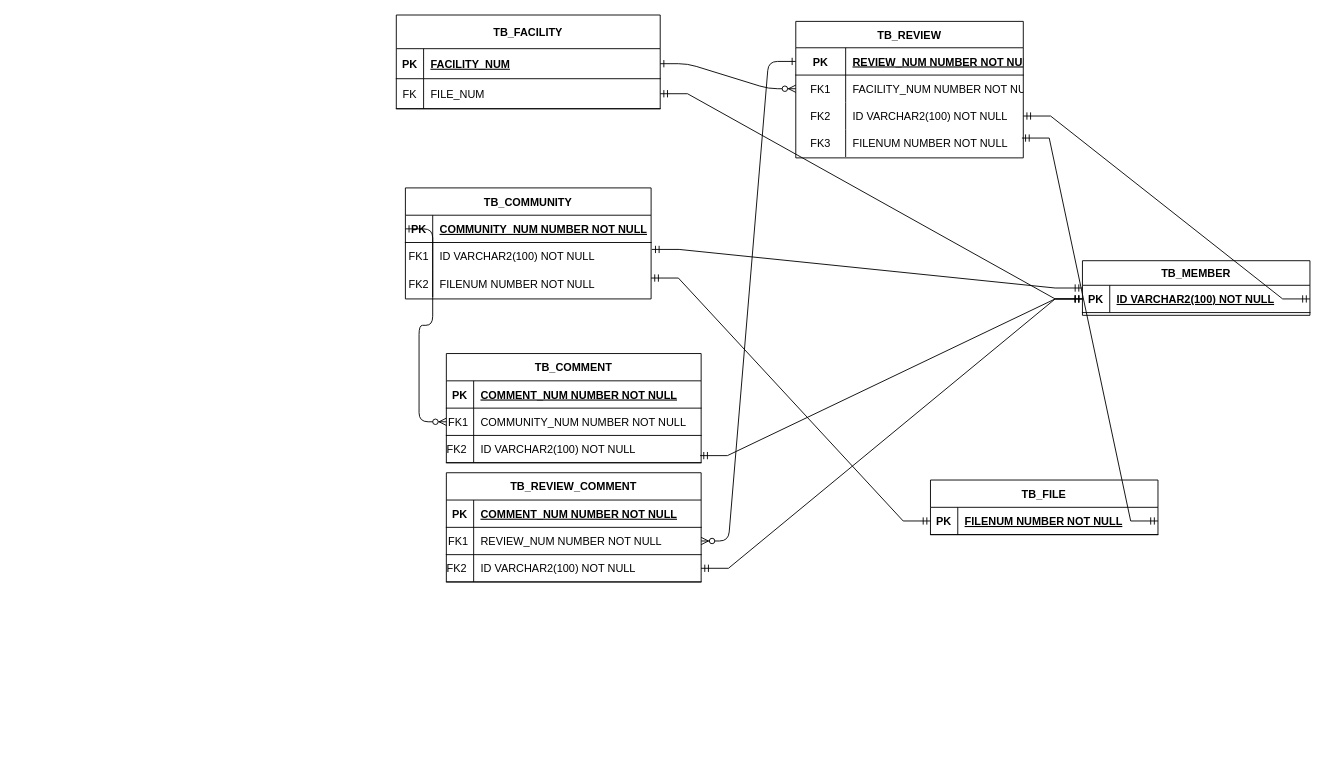
Earlier version of the draw.io diagram document/제목 없는 다이어그램.drawio (rimgosu/ProjectStudy). Source tidied: cells renumbered, new cells numbered last; positions are measured from the earlier drawing's top-left corner, leaving out a move shared by most shapes. Both pictures are drawn from the tidied source at 91%, with x=0, y=0 at pixel (396, 15).
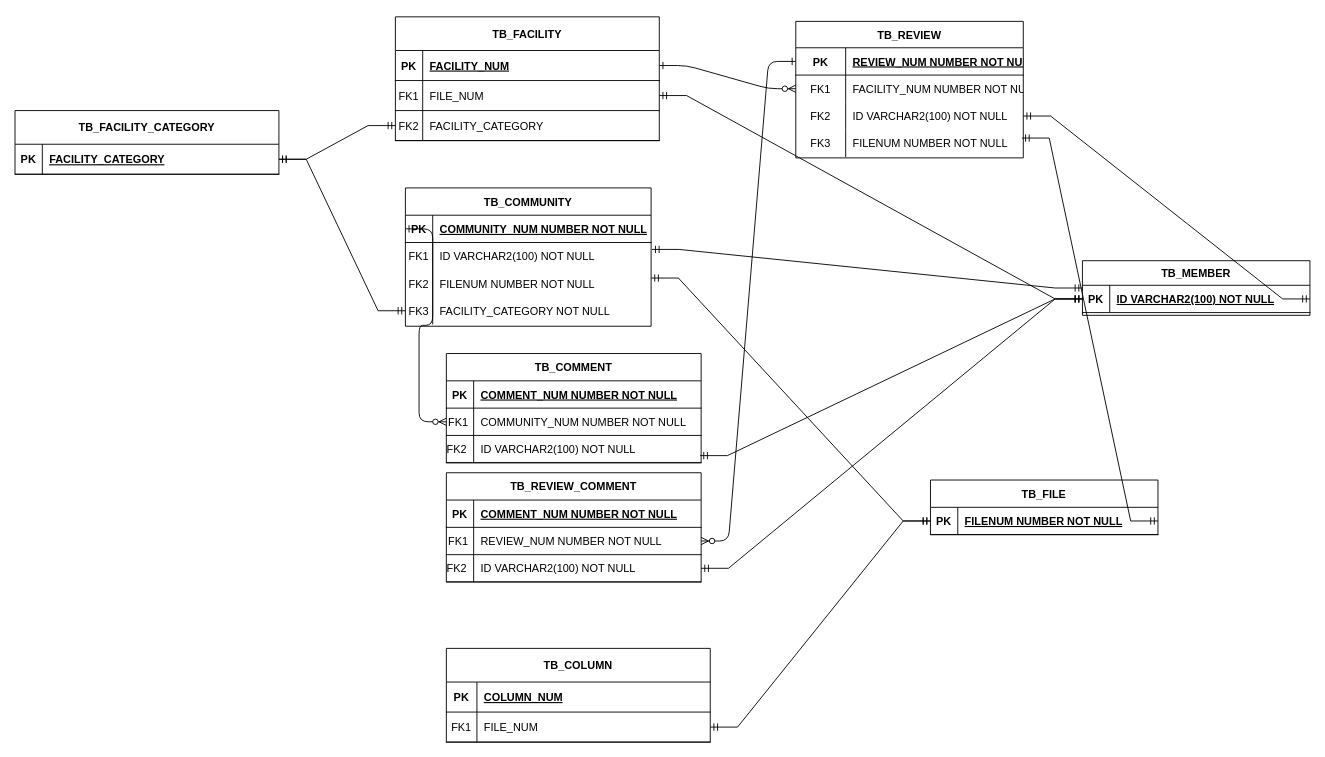
The same diagram, later.

Commit message:
제목 없는 다이어그램.drawio 업데이트

Unchanged cells that the change refers to:
```xml
<mxCell id="24" style="shape=partialRectangle;fillColor=none;points=[[0,0.5],[1,0.5]];portConstraint=eastwest;top=0;left=0;right=0;bottom=1;" parent="20" vertex="1">
  <mxGeometry y="70" width="290" height="33" as="geometry" />
</mxCell>
<mxCell id="52" style="shape=partialRectangle;fillColor=none;points=[[0,0.5],[1,0.5]];portConstraint=eastwest;top=0;left=0;right=0;bottom=1;" parent="51" vertex="1">
  <mxGeometry y="30" width="250" height="30" as="geometry" />
</mxCell>
```

Diff of the diagram source:
```diff
@@
     <mxCell id="20" value="TB_FACILITY" style="shape=table;startSize=37;childLayout=tableLayout;rowLines=0;fontStyle=1;align=center;" parent="1" vertex="1">
-      <mxGeometry width="290" height="103" as="geometry" />
+      <mxGeometry x="-1" y="2" width="290" height="136" as="geometry" />
     </mxCell>
@@
-    <mxCell id="25" value="FK" style="shape=partialRectangle;overflow=hidden;fillColor=none;top=0;left=0;bottom=0;right=0;fontStyle=0;" parent="24" vertex="1">
+    <mxCell id="25" value="FK1" style="shape=partialRectangle;overflow=hidden;fillColor=none;top=0;left=0;bottom=0;right=0;fontStyle=0;" parent="24" vertex="1">
       <mxGeometry width="30" height="33" as="geometry" />
     </mxCell>
@@
+    <mxCell id="70" style="shape=partialRectangle;fillColor=none;points=[[0,0.5],[1,0.5]];portConstraint=eastwest;top=0;left=0;right=0;bottom=1;" parent="20" vertex="1">
+      <mxGeometry y="103" width="290" height="33" as="geometry" />
+    </mxCell>
+    <mxCell id="71" value="FK2" style="shape=partialRectangle;overflow=hidden;fillColor=none;top=0;left=0;bottom=0;right=0;fontStyle=0;" parent="70" vertex="1">
+      <mxGeometry width="30" height="33" as="geometry" />
+    </mxCell>
+    <mxCell id="72" value="FACILITY_CATEGORY" style="shape=partialRectangle;overflow=hidden;fillColor=none;top=0;left=0;bottom=0;right=0;align=left;spacingLeft=6;fontStyle=0;" parent="70" vertex="1">
+      <mxGeometry x="30" width="260" height="33" as="geometry" />
+    </mxCell>
     <mxCell id="27" value="TB_COMMUNITY" style="shape=table;startSize=30;childLayout=tableLayout;rowLines=0;fontStyle=1;align=center;" parent="1" vertex="1">
-      <mxGeometry x="10" y="190" width="270" height="122" as="geometry" />
+      <mxGeometry x="10" y="190" width="270" height="152" as="geometry" />
     </mxCell>
@@
+    <mxCell id="73" style="shape=partialRectangle;fillColor=none;points=[[0,0.5],[1,0.5]];portConstraint=eastwest;top=0;left=0;right=0;bottom=0;" parent="27" vertex="1">
+      <mxGeometry y="120" width="270" height="30" as="geometry" />
+    </mxCell>
+    <mxCell id="74" value="FK3" style="shape=partialRectangle;overflow=hidden;fillColor=none;top=0;left=0;bottom=0;right=0;" parent="73" vertex="1">
+      <mxGeometry width="30" height="30" as="geometry" />
+    </mxCell>
+    <mxCell id="75" value="FACILITY_CATEGORY NOT NULL" style="shape=partialRectangle;overflow=hidden;fillColor=none;top=0;left=0;bottom=0;right=0;align=left;spacingLeft=6;" parent="73" vertex="1">
+      <mxGeometry x="30" width="240" height="30" as="geometry" />
+    </mxCell>
@@
+    <mxCell id="76" value="TB_FACILITY_CATEGORY" style="shape=table;startSize=37;childLayout=tableLayout;rowLines=0;fontStyle=1;align=center;" parent="1" vertex="1">
+      <mxGeometry x="-419" y="105" width="290" height="70" as="geometry" />
+    </mxCell>
+    <mxCell id="77" style="shape=partialRectangle;fillColor=none;points=[[0,0.5],[1,0.5]];portConstraint=eastwest;top=0;left=0;right=0;bottom=1;" parent="76" vertex="1">
+      <mxGeometry y="37" width="290" height="33" as="geometry" />
+    </mxCell>
+    <mxCell id="78" value="PK" style="shape=partialRectangle;overflow=hidden;fillColor=none;top=0;left=0;bottom=0;right=0;fontStyle=1;" parent="77" vertex="1">
+      <mxGeometry width="30" height="33" as="geometry" />
+    </mxCell>
+    <mxCell id="79" value="FACILITY_CATEGORY" style="shape=partialRectangle;overflow=hidden;fillColor=none;top=0;left=0;bottom=0;right=0;align=left;spacingLeft=6;fontStyle=5;" parent="77" vertex="1">
+      <mxGeometry x="30" width="260" height="33" as="geometry" />
+    </mxCell>
+    <mxCell id="80" style="edgeStyle=entityRelationEdgeStyle;fontSize=12;html=1;endArrow=ERmandOne;startArrow=ERmandOne;rounded=0;exitX=1;exitY=0.5;exitDx=0;exitDy=0;entryX=0;entryY=0.5;entryDx=0;entryDy=0;" parent="1" edge="1" source="77" target="70">
+      <mxGeometry relative="1" as="geometry">
+        <Array as="points">
+          <mxPoint x="757" y="72" />
+        </Array>
+      </mxGeometry>
+    </mxCell>
+    <mxCell id="81" style="edgeStyle=entityRelationEdgeStyle;fontSize=12;html=1;endArrow=ERmandOne;startArrow=ERmandOne;rounded=0;exitX=1;exitY=0.5;exitDx=0;exitDy=0;entryX=0;entryY=0.5;entryDx=0;entryDy=0;" parent="1" edge="1" source="77" target="73">
+      <mxGeometry relative="1" as="geometry">
+        <Array as="points">
+          <mxPoint x="767" y="82" />
+        </Array>
+      </mxGeometry>
+    </mxCell>
+    <mxCell id="82" value="TB_COLUMN" style="shape=table;startSize=37;childLayout=tableLayout;rowLines=0;fontStyle=1;align=center;" parent="1" vertex="1">
+      <mxGeometry x="55" y="696" width="290" height="103" as="geometry" />
+    </mxCell>
+    <mxCell id="83" style="shape=partialRectangle;fillColor=none;top=0;left=0;right=0;bottom=1;" parent="82" vertex="1">
+      <mxGeometry y="37" width="290" height="33" as="geometry" />
+    </mxCell>
+    <mxCell id="84" value="PK" style="shape=partialRectangle;overflow=hidden;fillColor=none;top=0;left=0;bottom=0;right=0;fontStyle=1;" parent="83" vertex="1">
+      <mxGeometry width="33.6" height="33" as="geometry" />
+    </mxCell>
+    <mxCell id="85" value="COLUMN_NUM" style="shape=partialRectangle;overflow=hidden;fillColor=none;top=0;left=0;bottom=0;right=0;align=left;spacingLeft=6;fontStyle=5;" parent="83" vertex="1">
+      <mxGeometry x="33.6" width="256.4" height="33" as="geometry" />
+    </mxCell>
+    <mxCell id="86" style="shape=partialRectangle;fillColor=none;points=[[0,0.5],[1,0.5]];portConstraint=eastwest;top=0;left=0;right=0;bottom=1;" parent="82" vertex="1">
+      <mxGeometry y="70" width="290" height="33" as="geometry" />
+    </mxCell>
+    <mxCell id="87" value="FK1" style="shape=partialRectangle;overflow=hidden;fillColor=none;top=0;left=0;bottom=0;right=0;fontStyle=0;" parent="86" vertex="1">
+      <mxGeometry width="33.6" height="33" as="geometry" />
+    </mxCell>
+    <mxCell id="88" value="FILE_NUM" style="shape=partialRectangle;overflow=hidden;fillColor=none;top=0;left=0;bottom=0;right=0;align=left;spacingLeft=6;fontStyle=0;" parent="86" vertex="1">
+      <mxGeometry x="33.6" width="256.4" height="33" as="geometry" />
+    </mxCell>
+    <mxCell id="89" style="edgeStyle=entityRelationEdgeStyle;fontSize=12;html=1;endArrow=ERmandOne;startArrow=ERmandOne;rounded=0;entryX=1;entryY=0.5;entryDx=0;entryDy=0;exitX=0;exitY=0.5;exitDx=0;exitDy=0;" parent="1" edge="1" source="52" target="86">
+      <mxGeometry relative="1" as="geometry">
+        <Array as="points">
+          <mxPoint x="204" y="272" />
+        </Array>
+      </mxGeometry>
+    </mxCell>
```
